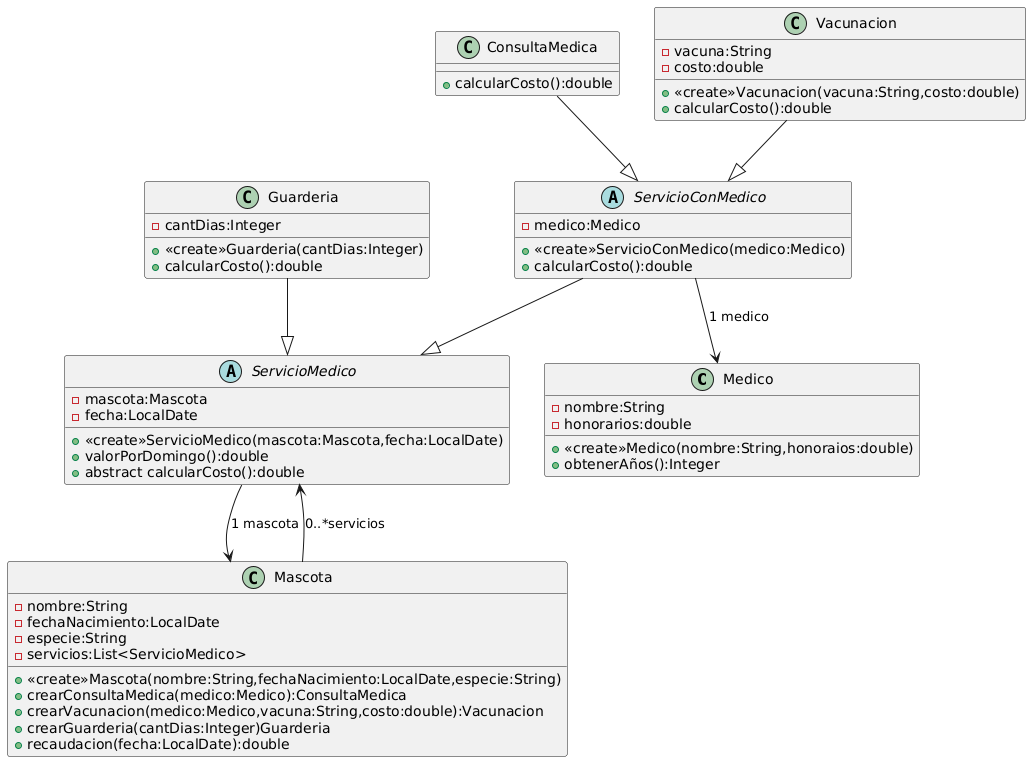
The PlantUML diagram ejercicio25/uml.png in FranManu18/Practica-Orientacion-a-Objetos-1, before a commit.
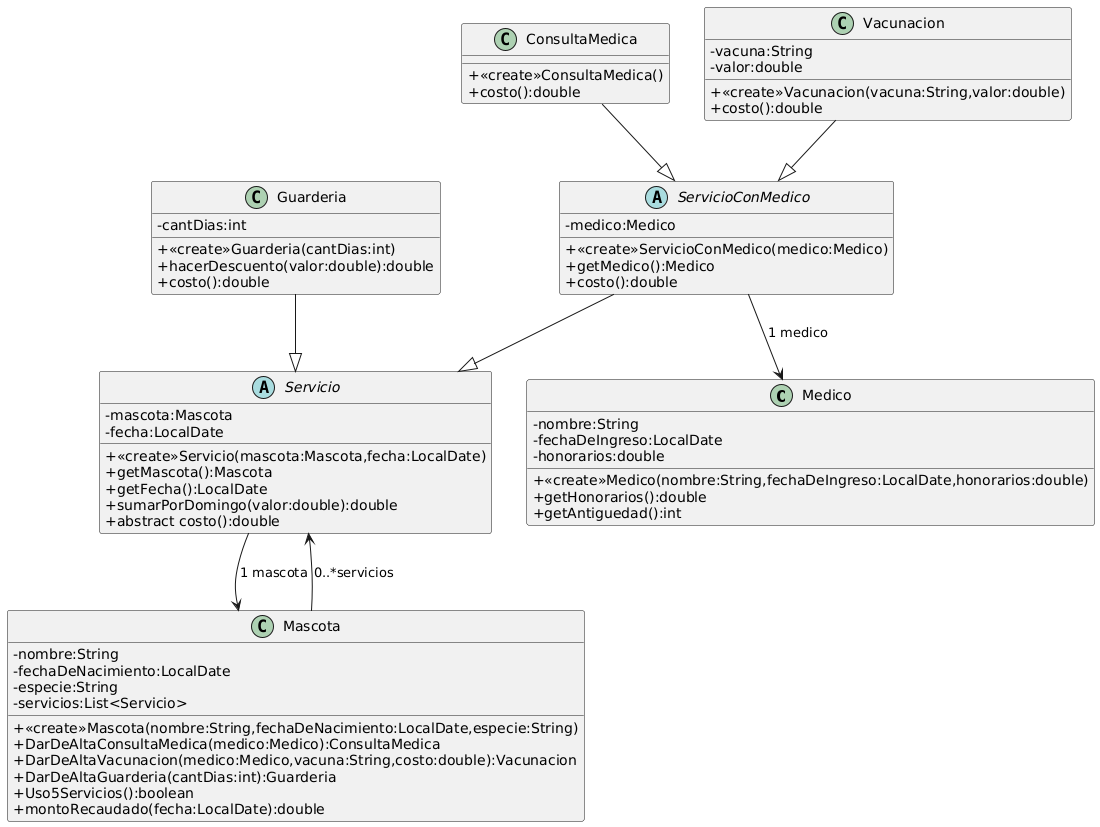
The same file after the commit.

Change to the diagram source:
```diff
@@ -1,67 +1,76 @@
 @startuml
+skinparam classAttributeIconSize 0
 class Medico{
 -nombre:String
+-fechaDeIngreso:LocalDate
 -honorarios:double
 
-+<<create>>Medico(nombre:String,honoraios:double)
-+obtenerAños():Integer
++<<create>>Medico(nombre:String,fechaDeIngreso:LocalDate,honorarios:double)
++getHonorarios():double
++getAntiguedad():int
 }
 
 class Mascota{
 -nombre:String
--fechaNacimiento:LocalDate
+-fechaDeNacimiento:LocalDate
 -especie:String
--servicios:List<ServicioMedico>
+-servicios:List<Servicio>
 
-+<<create>>Mascota(nombre:String,fechaNacimiento:LocalDate,especie:String)
-+crearConsultaMedica(medico:Medico):ConsultaMedica
-+crearVacunacion(medico:Medico,vacuna:String,costo:double):Vacunacion
-+crearGuarderia(cantDias:Integer)Guarderia
-+recaudacion(fecha:LocalDate):double
++<<create>>Mascota(nombre:String,fechaDeNacimiento:LocalDate,especie:String)
++DarDeAltaConsultaMedica(medico:Medico):ConsultaMedica
++DarDeAltaVacunacion(medico:Medico,vacuna:String,costo:double):Vacunacion
++DarDeAltaGuarderia(cantDias:int):Guarderia
++Uso5Servicios():boolean
++montoRecaudado(fecha:LocalDate):double
 }
 
-abstract ServicioMedico{
+abstract Servicio{
 -mascota:Mascota
 -fecha:LocalDate
 
-+<<create>>ServicioMedico(mascota:Mascota,fecha:LocalDate)
-+valorPorDomingo():double
-+abstract calcularCosto():double
++<<create>>Servicio(mascota:Mascota,fecha:LocalDate)
++getMascota():Mascota
++getFecha():LocalDate
++sumarPorDomingo(valor:double):double
++abstract costo():double
 }
 
 abstract ServicioConMedico{
 -medico:Medico
 
 +<<create>>ServicioConMedico(medico:Medico)
-+calcularCosto():double
++getMedico():Medico
++costo():double
 }
 
 class ConsultaMedica{
-+calcularCosto():double
+
++<<create>>ConsultaMedica()
++costo():double
 }
 
 class Vacunacion{
 -vacuna:String
--costo:double
+-valor:double
 
-+<<create>>Vacunacion(vacuna:String,costo:double)
-+calcularCosto():double
++<<create>>Vacunacion(vacuna:String,valor:double)
++costo():double
 }
 
 class Guarderia{
--cantDias:Integer
+-cantDias:int
 
-+<<create>>Guarderia(cantDias:Integer)
-+calcularCosto():double
++<<create>>Guarderia(cantDias:int)
++hacerDescuento(valor:double):double
++costo():double
 }
 
-ServicioConMedico--|>ServicioMedico
-Guarderia--|>ServicioMedico
+ServicioConMedico--|>Servicio
+Guarderia--|>Servicio
 ConsultaMedica--|>ServicioConMedico
 Vacunacion--|>ServicioConMedico
 
 ServicioConMedico-->Medico:1 medico
-ServicioMedico-->Mascota:1 mascota
-
-Mascota-->ServicioMedico:0..*servicios
+Servicio-->Mascota:1 mascota
+Mascota-->Servicio:0..*servicios
 @enduml
```
